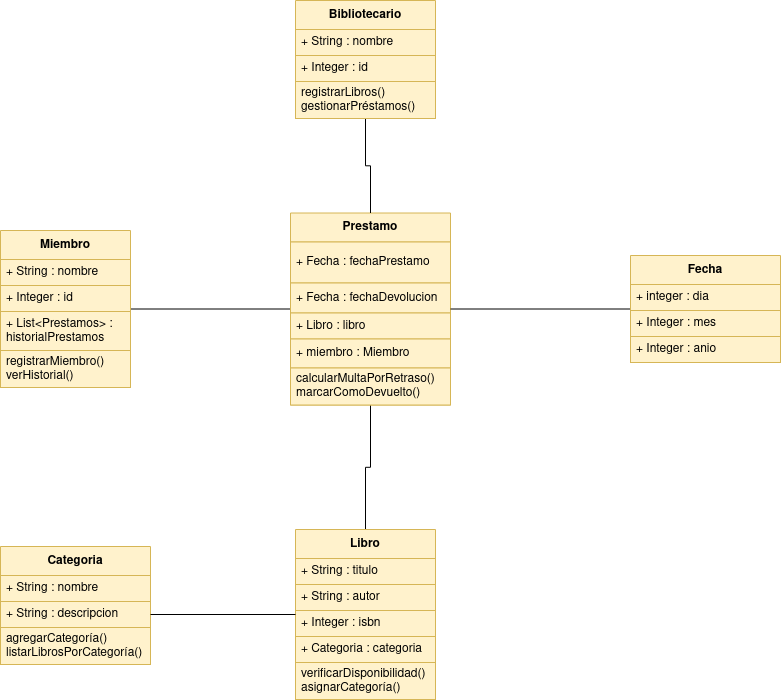
Earlier version of the draw.io export Sistema de Gestión de Bibliotecas.png (alejandrosalazargonzalez/asociacion). Source tidied: cells renumbered, new cells last; positions are measured from the earlier drawing's top-left corner, leaving out a move shared by most shapes.
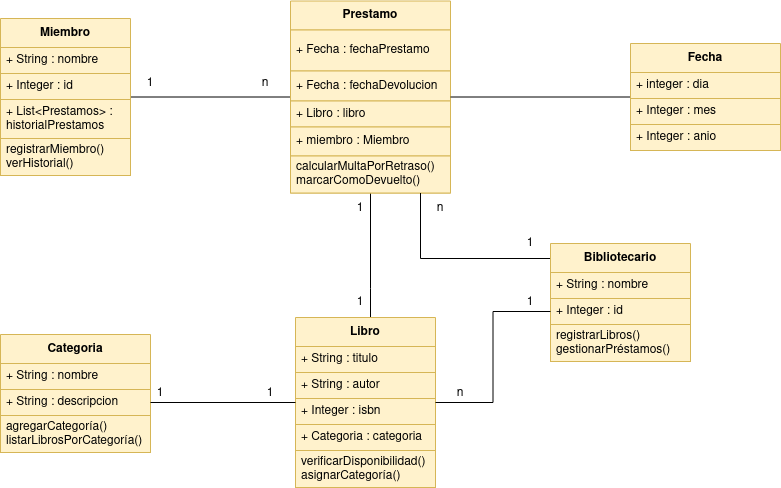
After the change.

What changed in the source:
```diff
@@ -2,8 +2,13 @@
   <root>
     <mxCell id="0" />
     <mxCell id="1" parent="0" />
-    <mxCell id="2" style="edgeStyle=orthogonalEdgeStyle;rounded=0;jettySize=auto;html=1;endArrow=none;endFill=0;" parent="1" edge="1" source="3" target="15">
-      <mxGeometry relative="1" as="geometry" />
+    <mxCell id="2" style="edgeStyle=orthogonalEdgeStyle;rounded=0;jettySize=auto;html=1;endArrow=none;endFill=0;verticalAlign=middle;" parent="1" edge="1" source="3" target="15">
+      <mxGeometry relative="1" as="geometry">
+        <Array as="points">
+          <mxPoint x="370" y="500" />
+          <mxPoint x="370" y="500" />
+        </Array>
+      </mxGeometry>
     </mxCell>
     <mxCell id="3" value="Libro" style="swimlane;fontStyle=1;align=center;verticalAlign=middle;horizontal=1;startSize=29;html=1;whiteSpace=wrap;fillColor=#fff2cc;strokeColor=#d6b656;" parent="1" vertex="1">
       <mxGeometry x="295" y="529" width="140" height="170" as="geometry" />
@@ -23,7 +28,7 @@
     <mxCell id="8" value="&lt;div&gt;verificarDisponibilidad()&lt;/div&gt;&lt;div&gt;asignarCategoría()&lt;br&gt;&lt;/div&gt;" style="text;strokeColor=#d6b656;fillColor=#fff2cc;align=left;verticalAlign=middle;spacingLeft=4;spacingRight=4;overflow=hidden;whiteSpace=wrap;html=1;" parent="3" vertex="1">
       <mxGeometry y="133" width="140" height="37" as="geometry" />
     </mxCell>
-    <mxCell id="9" style="edgeStyle=orthogonalEdgeStyle;rounded=0;jettySize=auto;html=1;endArrow=none;endFill=0;" parent="1" edge="1" source="10" target="15">
+    <mxCell id="9" style="edgeStyle=orthogonalEdgeStyle;rounded=0;jettySize=auto;html=1;endArrow=none;endFill=0;verticalAlign=middle;" parent="1" edge="1" source="10" target="15">
       <mxGeometry relative="1" as="geometry" />
     </mxCell>
     <mxCell id="10" value="Miembro" style="swimlane;fontStyle=1;align=center;verticalAlign=middle;horizontal=1;startSize=29;html=1;whiteSpace=wrap;fillColor=#fff2cc;strokeColor=#d6b656;" parent="1" vertex="1">
@@ -59,7 +64,7 @@
     <mxCell id="20" value="&lt;div&gt;calcularMultaPorRetraso()&lt;/div&gt;&lt;div&gt;marcarComoDevuelto()&lt;br&gt;&lt;/div&gt;" style="text;strokeColor=#d6b656;fillColor=#fff2cc;align=left;verticalAlign=middle;spacingLeft=4;spacingRight=4;overflow=hidden;whiteSpace=wrap;html=1;" parent="15" vertex="1">
       <mxGeometry y="155" width="160" height="37" as="geometry" />
     </mxCell>
-    <mxCell id="21" style="edgeStyle=orthogonalEdgeStyle;rounded=0;jettySize=auto;html=1;endArrow=none;endFill=0;" parent="1" edge="1" source="22" target="15">
+    <mxCell id="21" style="edgeStyle=orthogonalEdgeStyle;rounded=0;jettySize=auto;html=1;endArrow=none;endFill=0;verticalAlign=middle;" parent="1" edge="1" source="22" target="15">
       <mxGeometry relative="1" as="geometry" />
     </mxCell>
     <mxCell id="22" value="Fecha" style="swimlane;fontStyle=1;align=center;verticalAlign=middle;horizontal=1;startSize=29;html=1;whiteSpace=wrap;fillColor=#fff2cc;strokeColor=#d6b656;" parent="1" vertex="1">
@@ -75,10 +80,14 @@
       <mxGeometry y="81" width="150" height="26" as="geometry" />
     </mxCell>
     <mxCell id="26" style="edgeStyle=orthogonalEdgeStyle;rounded=0;jettySize=auto;html=1;endArrow=none;endFill=0;" parent="1" edge="1" source="27" target="15">
-      <mxGeometry relative="1" as="geometry" />
+      <mxGeometry relative="1" as="geometry">
+        <Array as="points">
+          <mxPoint x="420" y="470" />
+        </Array>
+      </mxGeometry>
     </mxCell>
     <mxCell id="27" value="Bibliotecario" style="swimlane;fontStyle=1;align=center;verticalAlign=middle;horizontal=1;startSize=29;html=1;whiteSpace=wrap;fillColor=#fff2cc;strokeColor=#d6b656;" parent="1" vertex="1">
-      <mxGeometry x="295" width="140" height="118" as="geometry" />
+      <mxGeometry x="550" y="455" width="140" height="118" as="geometry" />
     </mxCell>
     <mxCell id="28" value="+ String : nombre" style="text;strokeColor=#d6b656;fillColor=#fff2cc;align=left;verticalAlign=middle;spacingLeft=4;spacingRight=4;overflow=hidden;whiteSpace=wrap;html=1;" parent="27" vertex="1">
       <mxGeometry y="29" width="140" height="26" as="geometry" />
@@ -101,8 +110,41 @@
     <mxCell id="34" value="&lt;div&gt;agregarCategoría()&lt;/div&gt;&lt;div&gt;listarLibrosPorCategoría()&lt;br&gt;&lt;/div&gt;" style="text;strokeColor=#d6b656;fillColor=#fff2cc;align=left;verticalAlign=middle;spacingLeft=4;spacingRight=4;overflow=hidden;whiteSpace=wrap;html=1;" parent="31" vertex="1">
       <mxGeometry y="81" width="150" height="37" as="geometry" />
     </mxCell>
-    <mxCell id="35" style="edgeStyle=orthogonalEdgeStyle;rounded=0;jettySize=auto;html=1;endArrow=none;endFill=0;" parent="1" edge="1" source="33" target="3">
+    <mxCell id="35" style="edgeStyle=orthogonalEdgeStyle;rounded=0;jettySize=auto;html=1;endArrow=none;endFill=0;verticalAlign=middle;" parent="1" edge="1" source="33" target="3">
       <mxGeometry relative="1" as="geometry" />
     </mxCell>
+    <mxCell id="36" value="1" style="text;html=1;align=center;verticalAlign=middle;whiteSpace=wrap;rounded=0;" parent="1" vertex="1">
+      <mxGeometry x="120" y="280" width="60" height="30" as="geometry" />
+    </mxCell>
+    <mxCell id="37" value="n" style="text;html=1;align=center;verticalAlign=middle;whiteSpace=wrap;rounded=0;" parent="1" vertex="1">
+      <mxGeometry x="235" y="280" width="60" height="30" as="geometry" />
+    </mxCell>
+    <mxCell id="38" value="1" style="text;html=1;align=center;verticalAlign=middle;whiteSpace=wrap;rounded=0;" parent="1" vertex="1">
+      <mxGeometry x="330" y="404.5" width="60" height="30" as="geometry" />
+    </mxCell>
+    <mxCell id="39" value="1" style="text;html=1;align=center;verticalAlign=middle;whiteSpace=wrap;rounded=0;" parent="1" vertex="1">
+      <mxGeometry x="330" y="499" width="60" height="30" as="geometry" />
+    </mxCell>
+    <mxCell id="40" style="edgeStyle=orthogonalEdgeStyle;rounded=0;jettySize=auto;html=1;endArrow=none;endFill=0;" parent="1" edge="1" source="29" target="3">
+      <mxGeometry relative="1" as="geometry" />
+    </mxCell>
+    <mxCell id="41" value="1" style="text;html=1;align=center;verticalAlign=middle;whiteSpace=wrap;rounded=0;" parent="1" vertex="1">
+      <mxGeometry x="500" y="440" width="60" height="30" as="geometry" />
+    </mxCell>
+    <mxCell id="42" value="1" style="text;html=1;align=center;verticalAlign=middle;whiteSpace=wrap;rounded=0;" parent="1" vertex="1">
+      <mxGeometry x="500" y="499" width="60" height="30" as="geometry" />
+    </mxCell>
+    <mxCell id="43" value="n" style="text;html=1;align=center;verticalAlign=middle;whiteSpace=wrap;rounded=0;" parent="1" vertex="1">
+      <mxGeometry x="410" y="404.5" width="60" height="30" as="geometry" />
+    </mxCell>
+    <mxCell id="44" value="n" style="text;html=1;align=center;verticalAlign=middle;whiteSpace=wrap;rounded=0;" parent="1" vertex="1">
+      <mxGeometry x="430" y="590" width="60" height="30" as="geometry" />
+    </mxCell>
+    <mxCell id="45" value="1" style="text;html=1;align=center;verticalAlign=middle;whiteSpace=wrap;rounded=0;" parent="1" vertex="1">
+      <mxGeometry x="240" y="590" width="60" height="30" as="geometry" />
+    </mxCell>
+    <mxCell id="46" value="1" style="text;html=1;align=center;verticalAlign=middle;whiteSpace=wrap;rounded=0;" parent="1" vertex="1">
+      <mxGeometry x="130" y="590" width="60" height="30" as="geometry" />
+    </mxCell>
   </root>
 </mxGraphModel>
```
